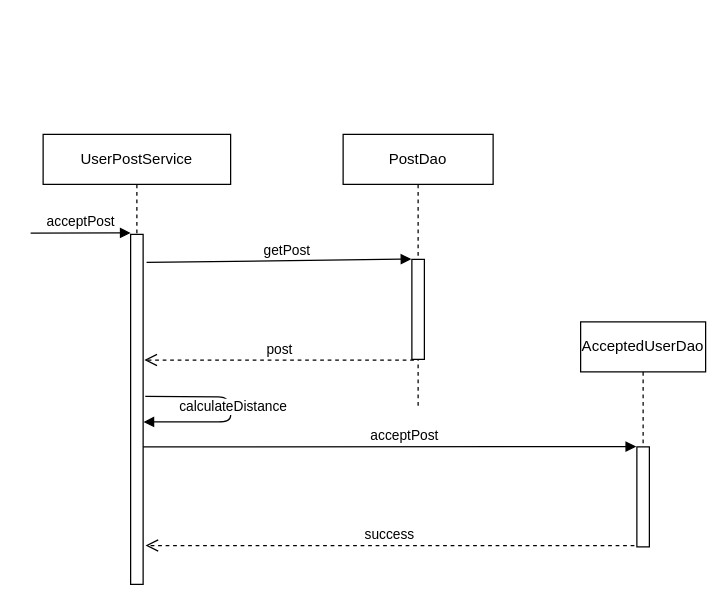
Above: page "Accept Request" (3 of 4) of userRequests.drawio in muhmagdy/Bloodify (draw.io), before the change. Source tidied: cells renumbered, new cells numbered last; positions are measured from the earlier drawing's top-left corner, leaving out a move shared by most shapes. Both pictures are drawn from the tidied source at 125%, with x=0, y=0 at pixel (30, 134).
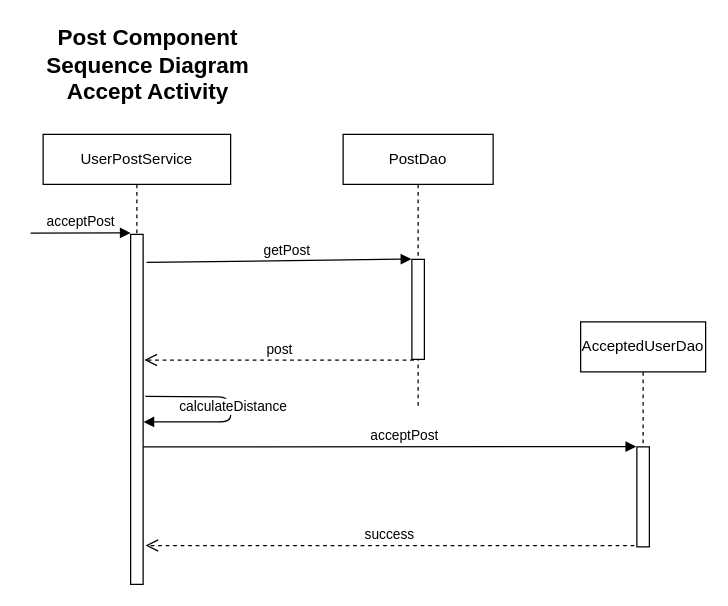
Above is the later version.

Diff of the diagram source:
```diff
@@
+    <mxCell id="17" value="Post Component &lt;br style=&quot;font-size: 18px;&quot;&gt;Sequence Diagram&lt;br&gt;Accept Activity" style="text;html=1;strokeColor=none;fillColor=none;align=center;verticalAlign=middle;whiteSpace=wrap;rounded=0;fontStyle=1;fontSize=18;" parent="1" vertex="1">
+      <mxGeometry x="10" y="-90" width="168" height="70" as="geometry" />
+    </mxCell>
```
